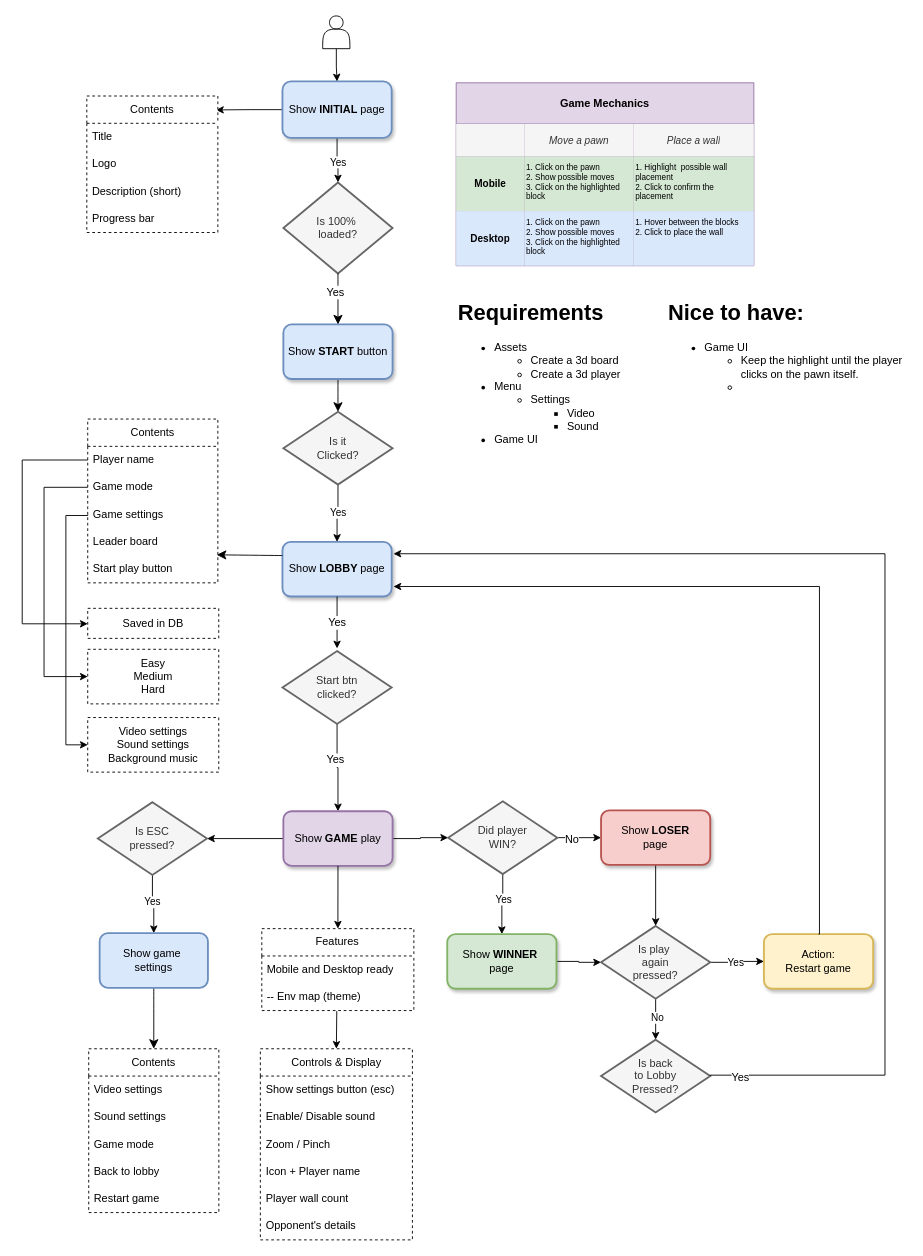
The draw.io diagram .diagrams/Quoridor3d.drawio in n1md7/GG-Soft-Quoridor, before the edit. Source tidied: cells renumbered, new cells numbered last; positions are measured from the earlier drawing's top-left corner, leaving out a move shared by most shapes. Both pictures are drawn from the tidied source at 91%, with x=0, y=0 at pixel (22, 15).
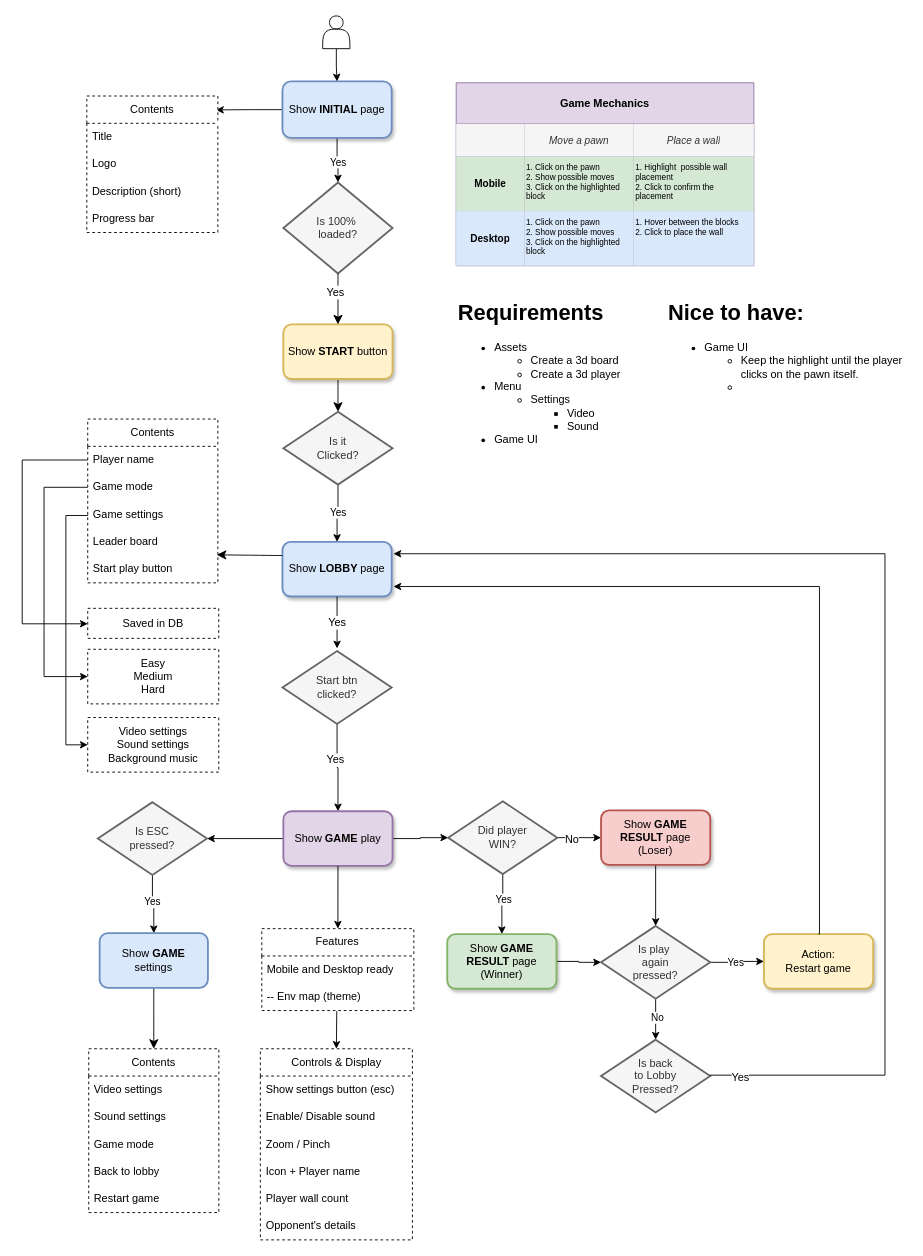
The same page after the edit.

What changed in the source:
```diff
@@
-    <mxCell id="14" value="Show &lt;b&gt;START &lt;/b&gt;button" style="whiteSpace=wrap;html=1;strokeWidth=2;rounded=1;shadow=1;fillColor=#dae8fc;strokeColor=#6c8ebf;" parent="1" vertex="1">
+    <mxCell id="14" value="Show &lt;b&gt;START &lt;/b&gt;button" style="whiteSpace=wrap;html=1;strokeWidth=2;rounded=1;shadow=1;fillColor=#fff2cc;strokeColor=#d6b656;" parent="1" vertex="1">
       <mxGeometry x="286.9" y="339" width="120" height="60" as="geometry" />
     </mxCell>
@@
-    <mxCell id="45" value="Show game&amp;nbsp;&lt;div&gt;settings&lt;/div&gt;" style="whiteSpace=wrap;html=1;rounded=1;fillColor=#dae8fc;strokeColor=#6c8ebf;strokeWidth=2;" parent="1" vertex="1">
+    <mxCell id="45" value="Show &lt;b&gt;GAME&lt;/b&gt;&lt;div&gt;settings&lt;/div&gt;" style="whiteSpace=wrap;html=1;rounded=1;fillColor=#dae8fc;strokeColor=#6c8ebf;strokeWidth=2;" parent="1" vertex="1">
       <mxGeometry x="85" y="1008" width="119" height="60" as="geometry" />
     </mxCell>
@@
-    <mxCell id="58" value="Show &lt;b&gt;WINNER&amp;nbsp;&lt;/b&gt;&lt;div&gt;page&lt;/div&gt;" style="whiteSpace=wrap;html=1;strokeWidth=2;rounded=1;shadow=1;fillColor=#d5e8d4;strokeColor=#82b366;" parent="1" vertex="1">
+    <mxCell id="58" value="Show &lt;b&gt;GAME RESULT &lt;/b&gt;page&lt;div&gt;(Winner)&lt;/div&gt;" style="whiteSpace=wrap;html=1;strokeWidth=2;rounded=1;shadow=1;fillColor=#d5e8d4;strokeColor=#82b366;" parent="1" vertex="1">
       <mxGeometry x="467" y="1009" width="120" height="60" as="geometry" />
     </mxCell>
@@
-    <mxCell id="60" value="Show &lt;b&gt;LOSER&lt;/b&gt;&lt;div&gt;page&lt;/div&gt;" style="whiteSpace=wrap;html=1;strokeWidth=2;rounded=1;shadow=1;fillColor=#f8cecc;strokeColor=#b85450;" parent="1" vertex="1">
+    <mxCell id="60" value="Show&amp;nbsp;&lt;b&gt;GAME RESULT&amp;nbsp;&lt;/b&gt;page&lt;div&gt;(Loser)&lt;/div&gt;" style="whiteSpace=wrap;html=1;strokeWidth=2;rounded=1;shadow=1;fillColor=#f8cecc;strokeColor=#b85450;" parent="1" vertex="1">
       <mxGeometry x="636" y="873" width="120" height="60" as="geometry" />
     </mxCell>
```
